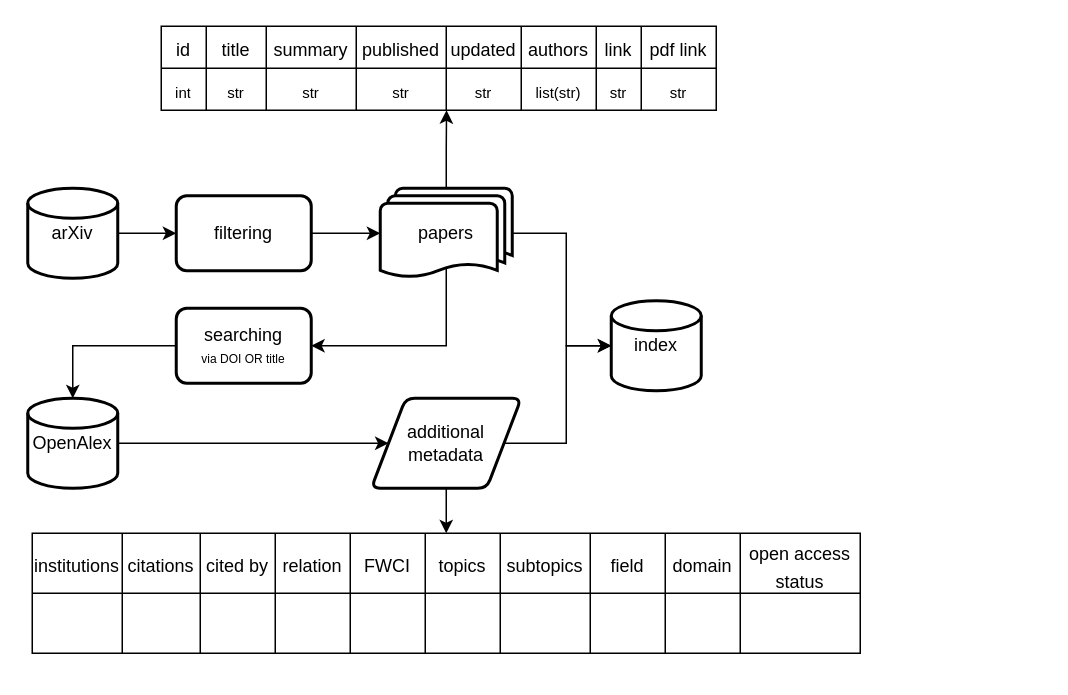
Above: flowchart.drawio in PatrykGadziomski/Orbit-Search-Engine (draw.io), before the change. Source tidied: cells renumbered, new cells numbered last; positions are measured from the earlier drawing's top-left corner, leaving out a move shared by most shapes. Both pictures are drawn from the tidied source at 150%, with x=0, y=0 at pixel (27, 26).
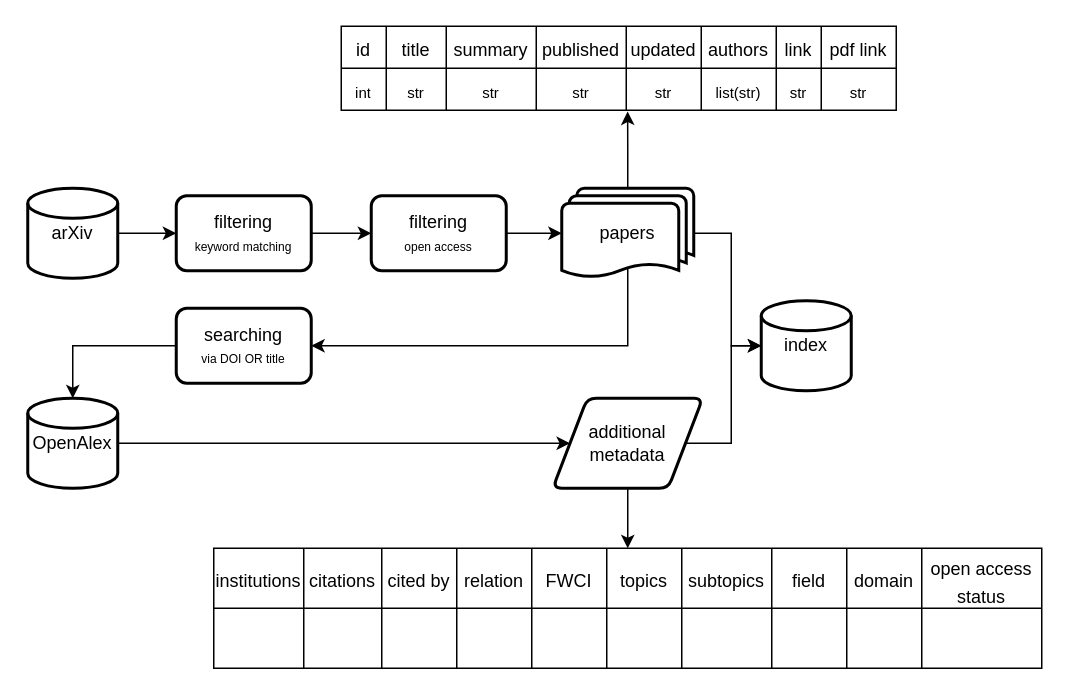
After the change.

Unchanged cells that the change refers to:
```xml
<mxCell id="12" value="searching&lt;div&gt;&lt;font style=&quot;font-size: 8px;&quot;&gt;via DOI OR title&lt;/font&gt;&lt;/div&gt;" style="rounded=1;whiteSpace=wrap;html=1;absoluteArcSize=1;arcSize=14;strokeWidth=2;" parent="1" vertex="1">
  <mxGeometry x="99" y="188" width="90" height="50" as="geometry" />
</mxCell>
<mxCell id="26" style="shape=tableRow;horizontal=0;startSize=0;swimlaneHead=0;swimlaneBody=0;strokeColor=inherit;top=0;left=0;bottom=0;right=0;fillColor=none;points=[[0,0.5],[1,0.5]];portConstraint=eastwest;fontSize=16;" parent="16" vertex="1">
  <mxGeometry y="28" width="370" height="28" as="geometry" />
</mxCell>
```

What changed in the source:
```diff
@@
     <mxCell id="2" style="edgeStyle=orthogonalEdgeStyle;rounded=0;jettySize=auto;html=1;entryX=1;entryY=0.5;entryDx=0;entryDy=0;exitX=0.5;exitY=0.88;exitDx=0;exitDy=0;exitPerimeter=0;" parent="1" edge="1" source="3" target="12">
       <mxGeometry relative="1" as="geometry">
         <Array as="points">
-          <mxPoint x="279" y="213" />
+          <mxPoint x="400" y="213" />
         </Array>
       </mxGeometry>
     </mxCell>
     <mxCell id="3" value="papers" style="strokeWidth=2;html=1;shape=mxgraph.flowchart.multi-document;whiteSpace=wrap;" parent="1" vertex="1">
-      <mxGeometry x="235" y="108" width="88" height="60" as="geometry" />
+      <mxGeometry x="356" y="108" width="88" height="60" as="geometry" />
     </mxCell>
     <mxCell id="4" value="additional metadata" style="shape=parallelogram;html=1;strokeWidth=2;perimeter=parallelogramPerimeter;whiteSpace=wrap;rounded=1;arcSize=12;size=0.23;" parent="1" vertex="1">
-      <mxGeometry x="229" y="248" width="100" height="60" as="geometry" />
+      <mxGeometry x="350" y="248" width="100" height="60" as="geometry" />
     </mxCell>
@@
     <mxCell id="9" value="index" style="strokeWidth=2;html=1;shape=mxgraph.flowchart.database;whiteSpace=wrap;" parent="1" vertex="1">
-      <mxGeometry x="389" y="183" width="60" height="60" as="geometry" />
+      <mxGeometry x="489" y="183" width="60" height="60" as="geometry" />
     </mxCell>
-    <mxCell id="10" style="edgeStyle=orthogonalEdgeStyle;rounded=0;jettySize=auto;html=1;" parent="1" edge="1" source="11" target="3">
-      <mxGeometry relative="1" as="geometry" />
-    </mxCell>
+    <mxCell id="60" style="edgeStyle=orthogonalEdgeStyle;rounded=0;jettySize=auto;html=1;" parent="1" edge="1" source="11" target="62">
+      <mxGeometry relative="1" as="geometry" />
+    </mxCell>
-    <mxCell id="11" value="filtering" style="rounded=1;whiteSpace=wrap;html=1;absoluteArcSize=1;arcSize=14;strokeWidth=2;" parent="1" vertex="1">
+    <mxCell id="11" value="filtering&lt;div&gt;&lt;font style=&quot;font-size: 8px;&quot;&gt;keyword matching&lt;/font&gt;&lt;/div&gt;" style="rounded=1;whiteSpace=wrap;html=1;absoluteArcSize=1;arcSize=14;strokeWidth=2;" parent="1" vertex="1">
       <mxGeometry x="99" y="113" width="90" height="50" as="geometry" />
     </mxCell>
@@
-    <mxCell id="14" style="edgeStyle=orthogonalEdgeStyle;rounded=0;jettySize=auto;html=1;entryX=0;entryY=0.5;entryDx=0;entryDy=0;entryPerimeter=0;" parent="1" edge="1" source="3" target="9">
-      <mxGeometry relative="1" as="geometry">
-        <Array as="points">
-          <mxPoint x="359" y="138" />
-          <mxPoint x="359" y="213" />
-        </Array>
-      </mxGeometry>
-    </mxCell>
-    <mxCell id="15" style="edgeStyle=orthogonalEdgeStyle;rounded=0;jettySize=auto;html=1;entryX=0;entryY=0.5;entryDx=0;entryDy=0;entryPerimeter=0;" parent="1" edge="1" source="4" target="9">
-      <mxGeometry relative="1" as="geometry" />
-    </mxCell>
     <mxCell id="16" style="shape=table;startSize=0;childLayout=tableLayout;fontSize=16;" parent="1" vertex="1">
-      <mxGeometry x="89" width="370" height="56" as="geometry" />
+      <mxGeometry x="209" width="370" height="56" as="geometry" />
     </mxCell>
@@
-    <mxCell id="35" style="edgeStyle=orthogonalEdgeStyle;rounded=0;jettySize=auto;html=1;entryX=0.514;entryY=1;entryDx=0;entryDy=0;entryPerimeter=0;" parent="1" edge="1" source="3" target="26">
-      <mxGeometry relative="1" as="geometry" />
-    </mxCell>
     <mxCell id="36" style="shape=table;startSize=0;childLayout=tableLayout;fontSize=16;" parent="1" vertex="1">
-      <mxGeometry x="3" y="338" width="552" height="80" as="geometry" />
+      <mxGeometry x="124" y="348" width="552" height="80" as="geometry" />
     </mxCell>
@@
+    <mxCell id="61" style="edgeStyle=orthogonalEdgeStyle;rounded=0;jettySize=auto;html=1;" parent="1" edge="1" source="62" target="3">
+      <mxGeometry relative="1" as="geometry" />
+    </mxCell>
+    <mxCell id="62" value="filtering&lt;div&gt;&lt;span style=&quot;font-size: 8px;&quot;&gt;open access&lt;/span&gt;&lt;/div&gt;" style="rounded=1;whiteSpace=wrap;html=1;absoluteArcSize=1;arcSize=14;strokeWidth=2;" parent="1" vertex="1">
+      <mxGeometry x="229" y="113" width="90" height="50" as="geometry" />
+    </mxCell>
+    <mxCell id="63" style="edgeStyle=orthogonalEdgeStyle;rounded=0;jettySize=auto;html=1;entryX=0.516;entryY=1.015;entryDx=0;entryDy=0;entryPerimeter=0;" parent="1" edge="1" source="3" target="16">
+      <mxGeometry relative="1" as="geometry" />
+    </mxCell>
+    <mxCell id="15" style="edgeStyle=orthogonalEdgeStyle;rounded=0;jettySize=auto;html=1;entryX=0;entryY=0.5;entryDx=0;entryDy=0;entryPerimeter=0;" parent="1" edge="1" source="4" target="9">
+      <mxGeometry relative="1" as="geometry">
+        <Array as="points">
+          <mxPoint x="469" y="278" />
+          <mxPoint x="469" y="213" />
+        </Array>
+      </mxGeometry>
+    </mxCell>
+    <mxCell id="14" style="edgeStyle=orthogonalEdgeStyle;rounded=0;jettySize=auto;html=1;entryX=0;entryY=0.5;entryDx=0;entryDy=0;entryPerimeter=0;" parent="1" edge="1" source="3" target="9">
+      <mxGeometry relative="1" as="geometry">
+        <Array as="points">
+          <mxPoint x="469" y="138" />
+          <mxPoint x="469" y="213" />
+        </Array>
+      </mxGeometry>
+    </mxCell>
```
